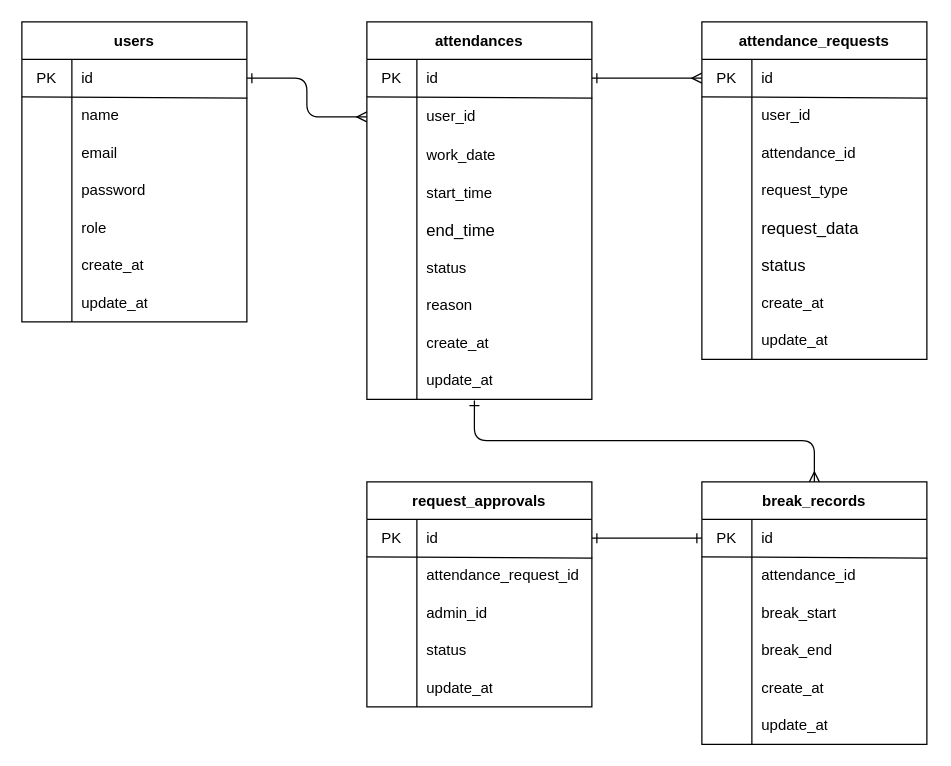
shun1019/attendance-management-app keeps this draw.io diagram as erd.dio. Above is the earlier version. Source tidied: cells renumbered, new cells numbered last; positions are measured from the earlier drawing's top-left corner, leaving out a move shared by most shapes. Both pictures are drawn from the tidied source at 125%, with x=0, y=0 at pixel (21, 21).
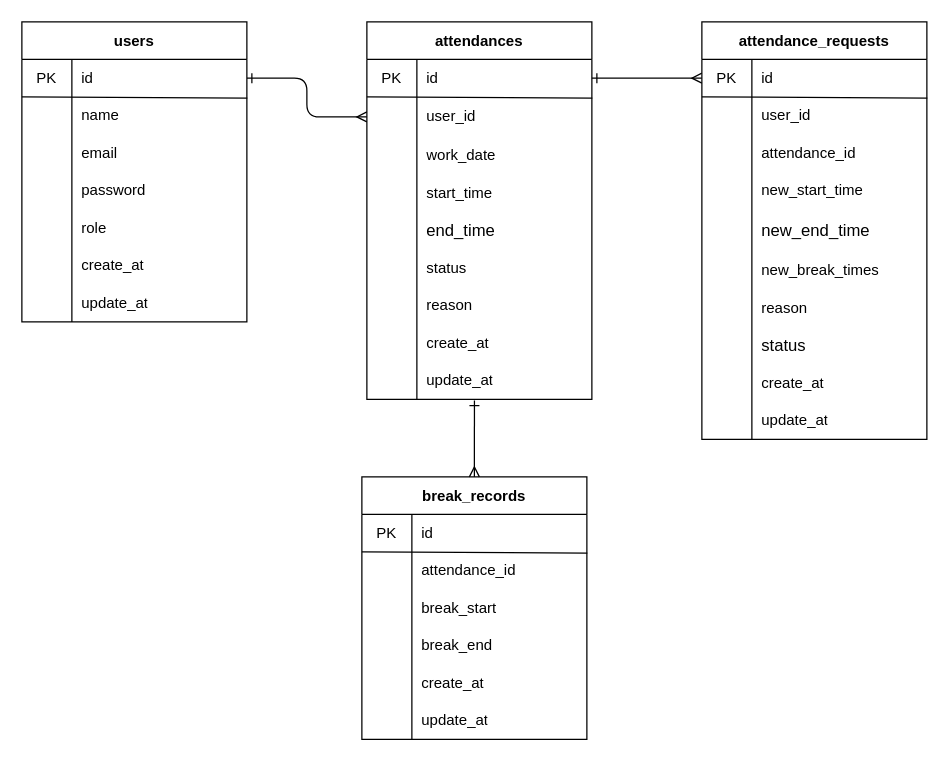
Above is the later version.

The change refers to these unchanged cells:
```xml
<mxCell id="56" style="shape=tableRow;horizontal=0;startSize=0;swimlaneHead=0;swimlaneBody=0;top=0;left=0;bottom=0;right=0;fillColor=none;points=[[0,0.5],[1,0.5]];portConstraint=eastwest;fontColor=#000000;" parent="55" vertex="1">
  <mxGeometry y="30" width="180" height="30" as="geometry" />
</mxCell>
<mxCell id="103" style="shape=tableRow;horizontal=0;startSize=0;swimlaneHead=0;swimlaneBody=0;top=0;left=0;bottom=0;right=0;fillColor=none;fontColor=#000000;" parent="93" vertex="1">
  <mxGeometry y="120" width="180" height="30" as="geometry" />
</mxCell>
```

The edit, as a diff of the source:
```diff
@@
     <mxCell id="55" value="break_records" style="shape=table;startSize=30;childLayout=tableLayout;rowLines=0;fontStyle=1;fontColor=#000000;labelBackgroundColor=none;fillColor=#fff;strokeColor=#000000;fillStyle=auto;swimlaneLine=1;swimlaneFillColor=#FFFFFF;" parent="1" vertex="1">
-      <mxGeometry x="544" y="368" width="180" height="210" as="geometry" />
+      <mxGeometry x="272" y="364" width="180" height="210" as="geometry" />
     </mxCell>
@@
-    <mxCell id="76" value="request_approvals" style="shape=table;startSize=30;childLayout=tableLayout;rowLines=0;fontStyle=1;fontColor=#000000;labelBackgroundColor=none;fillColor=#fff;strokeColor=#000000;fillStyle=auto;swimlaneLine=1;swimlaneFillColor=#FFFFFF;" parent="1" vertex="1">
-      <mxGeometry x="276" y="368" width="180" height="180" as="geometry" />
-    </mxCell>
-    <mxCell id="77" style="shape=tableRow;horizontal=0;startSize=0;swimlaneHead=0;swimlaneBody=0;top=0;left=0;bottom=0;right=0;fillColor=none;points=[[0,0.5],[1,0.5]];portConstraint=eastwest;fontColor=#000000;" parent="76" vertex="1">
-      <mxGeometry y="30" width="180" height="30" as="geometry" />
-    </mxCell>
-    <mxCell id="78" value="PK" style="shape=partialRectangle;html=1;whiteSpace=wrap;fillColor=none;top=0;left=0;bottom=0;right=0;overflow=hidden;fontColor=#000000;" parent="77" vertex="1">
-      <mxGeometry width="40" height="30" as="geometry" />
-    </mxCell>
-    <mxCell id="79" value="id" style="shape=partialRectangle;html=1;whiteSpace=wrap;fillColor=none;top=0;left=0;bottom=0;right=0;align=left;spacingLeft=6;overflow=hidden;fontColor=#000000;" parent="77" vertex="1">
-      <mxGeometry x="40" width="140" height="30" as="geometry" />
-    </mxCell>
-    <mxCell id="80" style="shape=tableRow;horizontal=0;startSize=0;swimlaneHead=0;swimlaneBody=0;top=0;left=0;bottom=0;right=0;fillColor=none;fontColor=#000000;" parent="76" vertex="1">
-      <mxGeometry y="60" width="180" height="30" as="geometry" />
-    </mxCell>
-    <mxCell id="81" style="shape=partialRectangle;html=1;whiteSpace=wrap;fillColor=none;top=0;left=0;bottom=0;right=0;overflow=hidden;fontColor=#000000;" parent="80" vertex="1">
-      <mxGeometry width="40" height="30" as="geometry" />
-    </mxCell>
-    <mxCell id="82" value="attendance_request_id" style="shape=partialRectangle;html=1;whiteSpace=wrap;fillColor=none;top=0;left=0;bottom=0;right=0;align=left;spacingLeft=6;overflow=hidden;fontColor=#000000;" parent="80" vertex="1">
-      <mxGeometry x="40" width="140" height="30" as="geometry" />
-    </mxCell>
-    <mxCell id="83" style="shape=tableRow;horizontal=0;startSize=0;swimlaneHead=0;swimlaneBody=0;top=0;left=0;bottom=0;right=0;fillColor=none;fontColor=#000000;" parent="76" vertex="1">
-      <mxGeometry y="90" width="180" height="30" as="geometry" />
-    </mxCell>
-    <mxCell id="84" style="shape=partialRectangle;html=1;whiteSpace=wrap;fillColor=none;top=0;left=0;bottom=0;right=0;overflow=hidden;fontColor=#000000;" parent="83" vertex="1">
-      <mxGeometry width="40" height="30" as="geometry" />
-    </mxCell>
-    <mxCell id="85" value="admin_id" style="shape=partialRectangle;html=1;whiteSpace=wrap;fillColor=none;top=0;left=0;bottom=0;right=0;align=left;spacingLeft=6;overflow=hidden;fontColor=#000000;" parent="83" vertex="1">
-      <mxGeometry x="40" width="140" height="30" as="geometry" />
-    </mxCell>
-    <mxCell id="86" style="shape=tableRow;horizontal=0;startSize=0;swimlaneHead=0;swimlaneBody=0;top=0;left=0;bottom=0;right=0;fillColor=none;fontColor=#000000;" parent="76" vertex="1">
-      <mxGeometry y="120" width="180" height="30" as="geometry" />
-    </mxCell>
-    <mxCell id="87" style="shape=partialRectangle;html=1;whiteSpace=wrap;fillColor=none;top=0;left=0;bottom=0;right=0;overflow=hidden;fontColor=#000000;" parent="86" vertex="1">
-      <mxGeometry width="40" height="30" as="geometry" />
-    </mxCell>
-    <mxCell id="88" value="status" style="shape=partialRectangle;html=1;whiteSpace=wrap;fillColor=none;top=0;left=0;bottom=0;right=0;align=left;spacingLeft=6;overflow=hidden;fontColor=#000000;" parent="86" vertex="1">
-      <mxGeometry x="40" width="140" height="30" as="geometry" />
-    </mxCell>
-    <mxCell id="89" style="shape=tableRow;horizontal=0;startSize=0;swimlaneHead=0;swimlaneBody=0;top=0;left=0;bottom=0;right=0;fillColor=none;fontColor=#000000;" parent="76" vertex="1">
-      <mxGeometry y="150" width="180" height="30" as="geometry" />
-    </mxCell>
-    <mxCell id="90" style="shape=partialRectangle;html=1;whiteSpace=wrap;fillColor=none;top=0;left=0;bottom=0;right=0;overflow=hidden;fontColor=#000000;" parent="89" vertex="1">
-      <mxGeometry width="40" height="30" as="geometry" />
-    </mxCell>
-    <mxCell id="91" value="update_at" style="shape=partialRectangle;html=1;whiteSpace=wrap;fillColor=none;top=0;left=0;bottom=0;right=0;align=left;spacingLeft=6;overflow=hidden;fontColor=#000000;" parent="89" vertex="1">
-      <mxGeometry x="40" width="140" height="30" as="geometry" />
-    </mxCell>
-    <mxCell id="92" style="endArrow=none;html=1;strokeColor=#000000;exitX=1.002;exitY=1.033;exitDx=0;exitDy=0;exitPerimeter=0;fontColor=#000000;" parent="76" edge="1" source="77">
-      <mxGeometry relative="1" as="geometry">
-        <mxPoint y="60" as="targetPoint" />
-      </mxGeometry>
-    </mxCell>
     <mxCell id="93" value="attendance_requests" style="shape=table;startSize=30;childLayout=tableLayout;rowLines=0;fontStyle=1;fontColor=#000000;labelBackgroundColor=none;fillColor=#fff;strokeColor=#000000;fillStyle=auto;swimlaneLine=1;swimlaneFillColor=#FFFFFF;" parent="1" vertex="1">
-      <mxGeometry x="544" width="180" height="270" as="geometry" />
+      <mxGeometry x="544" width="180" height="334" as="geometry" />
     </mxCell>
@@
-    <mxCell id="105" value="request_type" style="shape=partialRectangle;html=1;whiteSpace=wrap;fillColor=none;top=0;left=0;bottom=0;right=0;align=left;spacingLeft=6;overflow=hidden;fontColor=#000000;" parent="103" vertex="1">
+    <mxCell id="105" value="new_start_time" style="shape=partialRectangle;html=1;whiteSpace=wrap;fillColor=none;top=0;left=0;bottom=0;right=0;align=left;spacingLeft=6;overflow=hidden;fontColor=#000000;" parent="103" vertex="1">
       <mxGeometry x="40" width="140" height="30" as="geometry" />
     </mxCell>
     <mxCell id="106" style="shape=tableRow;horizontal=0;startSize=0;swimlaneHead=0;swimlaneBody=0;top=0;left=0;bottom=0;right=0;fillColor=none;fontColor=#000000;" parent="93" vertex="1">
-      <mxGeometry y="150" width="180" height="30" as="geometry" />
+      <mxGeometry y="150" width="180" height="34" as="geometry" />
     </mxCell>
     <mxCell id="107" style="shape=partialRectangle;html=1;whiteSpace=wrap;fillColor=none;top=0;left=0;bottom=0;right=0;overflow=hidden;fontColor=#000000;" parent="106" vertex="1">
-      <mxGeometry width="40" height="30" as="geometry" />
+      <mxGeometry width="40" height="34" as="geometry" />
     </mxCell>
-    <mxCell id="108" value="&lt;span style=&quot;font-size:10pt;font-family:Arial;font-style:normal;&quot;&gt;request_data&lt;/span&gt;" style="shape=partialRectangle;html=1;whiteSpace=wrap;fillColor=none;top=0;left=0;bottom=0;right=0;align=left;spacingLeft=6;overflow=hidden;fontColor=#000000;" parent="106" vertex="1">
-      <mxGeometry x="40" width="140" height="30" as="geometry" />
+    <mxCell id="108" value="&lt;span style=&quot;font-size:10pt;font-family:Arial;font-style:normal;&quot;&gt;new_end_time&lt;/span&gt;" style="shape=partialRectangle;html=1;whiteSpace=wrap;fillColor=none;top=0;left=0;bottom=0;right=0;align=left;spacingLeft=6;overflow=hidden;fontColor=#000000;" parent="106" vertex="1">
+      <mxGeometry x="40" width="140" height="34" as="geometry" />
     </mxCell>
+    <mxCell id="121" style="shape=tableRow;horizontal=0;startSize=0;swimlaneHead=0;swimlaneBody=0;top=0;left=0;bottom=0;right=0;fillColor=none;fontColor=#000000;" parent="93" vertex="1">
+      <mxGeometry y="184" width="180" height="30" as="geometry" />
+    </mxCell>
+    <mxCell id="122" style="shape=partialRectangle;html=1;whiteSpace=wrap;fillColor=none;top=0;left=0;bottom=0;right=0;overflow=hidden;fontColor=#000000;" parent="121" vertex="1">
+      <mxGeometry width="40" height="30" as="geometry" />
+    </mxCell>
+    <mxCell id="123" value="new_break_times" style="shape=partialRectangle;html=1;whiteSpace=wrap;fillColor=none;top=0;left=0;bottom=0;right=0;align=left;spacingLeft=6;overflow=hidden;fontColor=#000000;" parent="121" vertex="1">
+      <mxGeometry x="40" width="140" height="30" as="geometry" />
+    </mxCell>
+    <mxCell id="124" style="shape=tableRow;horizontal=0;startSize=0;swimlaneHead=0;swimlaneBody=0;top=0;left=0;bottom=0;right=0;fillColor=none;fontColor=#000000;" parent="93" vertex="1">
+      <mxGeometry y="214" width="180" height="30" as="geometry" />
+    </mxCell>
+    <mxCell id="125" style="shape=partialRectangle;html=1;whiteSpace=wrap;fillColor=none;top=0;left=0;bottom=0;right=0;overflow=hidden;fontColor=#000000;" parent="124" vertex="1">
+      <mxGeometry width="40" height="30" as="geometry" />
+    </mxCell>
+    <mxCell id="126" value="reason" style="shape=partialRectangle;html=1;whiteSpace=wrap;fillColor=none;top=0;left=0;bottom=0;right=0;align=left;spacingLeft=6;overflow=hidden;fontColor=#000000;" parent="124" vertex="1">
+      <mxGeometry x="40" width="140" height="30" as="geometry" />
+    </mxCell>
     <mxCell id="109" style="shape=tableRow;horizontal=0;startSize=0;swimlaneHead=0;swimlaneBody=0;top=0;left=0;bottom=0;right=0;fillColor=none;fontColor=#000000;" parent="93" vertex="1">
-      <mxGeometry y="180" width="180" height="30" as="geometry" />
+      <mxGeometry y="244" width="180" height="30" as="geometry" />
     </mxCell>
@@
     <mxCell id="112" style="shape=tableRow;horizontal=0;startSize=0;swimlaneHead=0;swimlaneBody=0;top=0;left=0;bottom=0;right=0;fillColor=none;fontColor=#000000;" parent="93" vertex="1">
-      <mxGeometry y="210" width="180" height="30" as="geometry" />
+      <mxGeometry y="274" width="180" height="30" as="geometry" />
     </mxCell>
@@
     <mxCell id="115" style="shape=tableRow;horizontal=0;startSize=0;swimlaneHead=0;swimlaneBody=0;top=0;left=0;bottom=0;right=0;fillColor=none;fontColor=#000000;" parent="93" vertex="1">
-      <mxGeometry y="240" width="180" height="30" as="geometry" />
+      <mxGeometry y="304" width="180" height="30" as="geometry" />
     </mxCell>
@@
-    <mxCell id="120" style="edgeStyle=orthogonalEdgeStyle;html=1;strokeColor=#000000;startArrow=ERone;startFill=0;endArrow=ERone;endFill=0;entryX=1;entryY=0.5;entryDx=0;entryDy=0;exitX=0;exitY=0.5;exitDx=0;exitDy=0;" parent="1" edge="1" source="56" target="77">
-      <mxGeometry relative="1" as="geometry" />
-    </mxCell>
```
